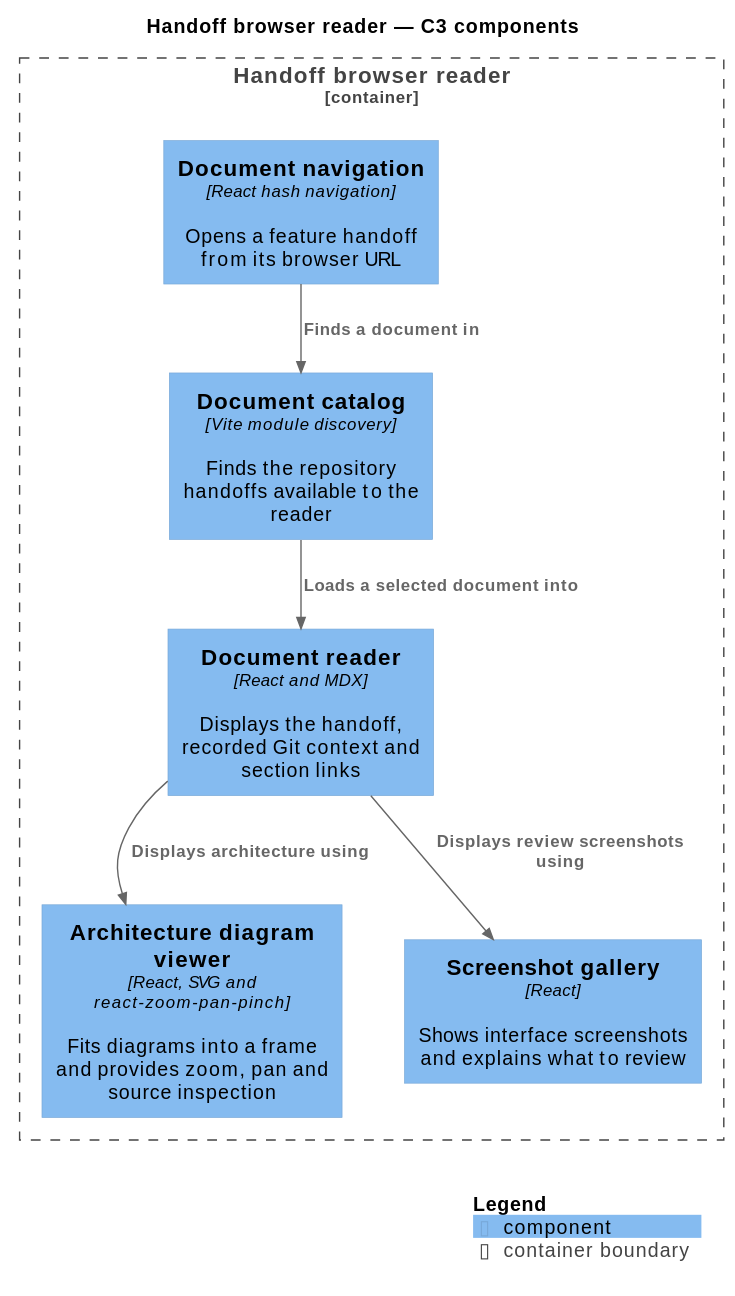
Earlier version of the PlantUML export docs/handoffs/agent-handoffs/assets/c3-handoffs.svg (szabototo89/woodbrook-residents). Its source is kept beside it as docs/handoffs/agent-handoffs/assets/c3-handoffs.puml. The source it was exported from:
```plantuml
@startuml
!pragma layout smetana
!include <C4/C4_Component>
LAYOUT_TOP_DOWN()
skinparam defaultFontName SansSerif
skinparam nodesep 45
skinparam ranksep 45
title Handoff browser reader — C3 components

Container_Boundary(handoff_browser, "Handoff browser reader") {
  Component(handoff_navigation, "Document navigation", "React hash navigation", "Opens a feature handoff from its browser URL")
  Component(handoff_catalog, "Document catalog", "Vite module discovery", "Finds the repository handoffs available to the reader")
  Component(handoff_reader, "Document reader", "React and MDX", "Displays the handoff, recorded Git context and section links")
  Component(handoff_diagrams, "Architecture diagram viewer", "React, SVG and react-zoom-pan-pinch", "Fits diagrams into a frame and provides zoom, pan and source inspection")
  Component(handoff_gallery, "Screenshot gallery", "React", "Shows interface screenshots and explains what to review")
}

Rel(handoff_navigation, handoff_catalog, "Finds a document in")
Rel(handoff_catalog, handoff_reader, "Loads a selected document into")
Rel(handoff_reader, handoff_diagrams, "Displays architecture using")
Rel(handoff_reader, handoff_gallery, "Displays review screenshots using")
SHOW_LEGEND()
@enduml
```
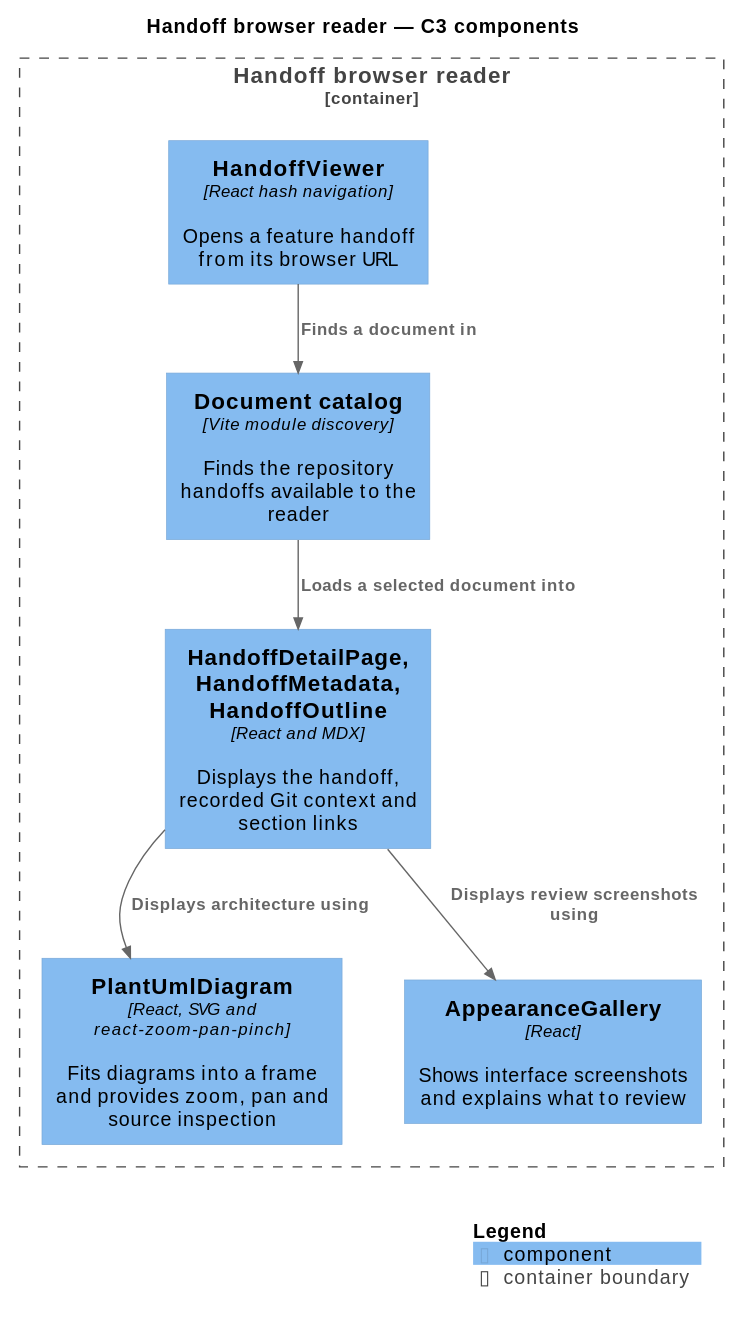
The same diagram one commit later.

What changed in the source:
```diff
@@ -8,11 +8,11 @@
 title Handoff browser reader — C3 components
 
 Container_Boundary(handoff_browser, "Handoff browser reader") {
-  Component(handoff_navigation, "Document navigation", "React hash navigation", "Opens a feature handoff from its browser URL")
+  Component(handoff_navigation, "HandoffViewer", "React hash navigation", "Opens a feature handoff from its browser URL")
   Component(handoff_catalog, "Document catalog", "Vite module discovery", "Finds the repository handoffs available to the reader")
-  Component(handoff_reader, "Document reader", "React and MDX", "Displays the handoff, recorded Git context and section links")
-  Component(handoff_diagrams, "Architecture diagram viewer", "React, SVG and react-zoom-pan-pinch", "Fits diagrams into a frame and provides zoom, pan and source inspection")
-  Component(handoff_gallery, "Screenshot gallery", "React", "Shows interface screenshots and explains what to review")
+  Component(handoff_reader, "HandoffDetailPage, HandoffMetadata, HandoffOutline", "React and MDX", "Displays the handoff, recorded Git context and section links")
+  Component(handoff_diagrams, "PlantUmlDiagram", "React, SVG and react-zoom-pan-pinch", "Fits diagrams into a frame and provides zoom, pan and source inspection")
+  Component(handoff_gallery, "AppearanceGallery", "React", "Shows interface screenshots and explains what to review")
 }
 
 Rel(handoff_navigation, handoff_catalog, "Finds a document in")
```
